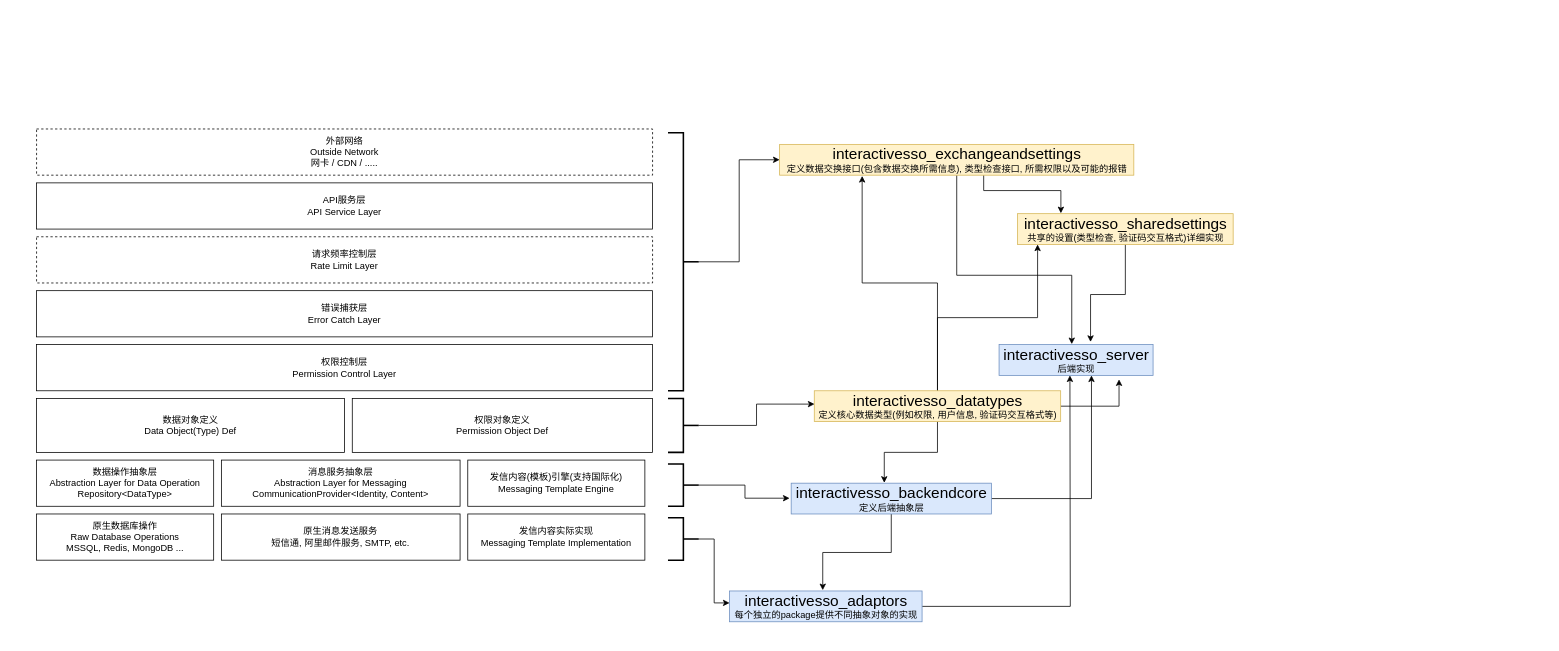
The draw.io diagram static/Source/System-Architecture.drawio in InteractivePlus/InteractiveSSO-DesignDoc, before the edit. Source tidied: cells renumbered, new cells numbered last; positions are measured from the earlier drawing's top-left corner, leaving out a move shared by most shapes. Both pictures are drawn from the tidied source at 77%, with x=0, y=0 at pixel (36, 129).
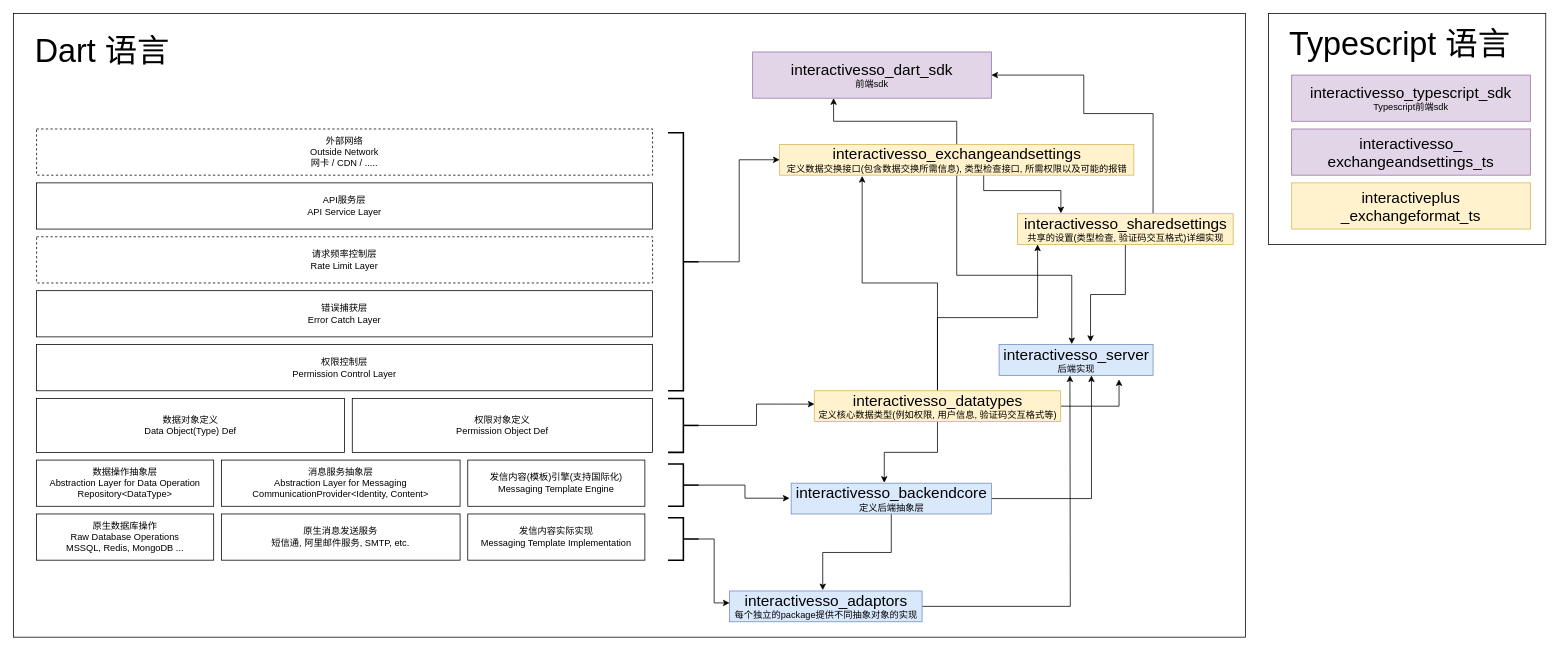
After the change.

Commit message (it also covers changes not shown here):
Add TS SDK in Architecture

Unchanged cells that the change refers to:
```xml
<mxCell id="18" value="&lt;div&gt;&lt;font style=&quot;font-size: 20px&quot;&gt;interactivesso_exchangeandsettings&lt;/font&gt;&lt;/div&gt;定义数据交换接口(包含数据交换所需信息), 类型检查接口, 所需权限以及可能的报错" style="text;html=1;align=center;verticalAlign=middle;points=[];fillColor=#fff2cc;strokeColor=#d6b656;rounded=0;" parent="1" vertex="1">
  <mxGeometry x="965" y="20" width="460" height="40" as="geometry" />
</mxCell>
<mxCell id="38" value="&lt;div&gt;&lt;font style=&quot;font-size: 20px&quot;&gt;interactivesso_sharedsettings&lt;/font&gt;&lt;/div&gt;共享的设置(类型检查, 验证码交互格式)详细实现" style="text;html=1;align=center;verticalAlign=middle;points=[];fillColor=#fff2cc;strokeColor=#d6b656;rounded=0;" parent="1" vertex="1">
  <mxGeometry x="1274" y="110" width="280" height="40" as="geometry" />
</mxCell>
```

The edit, as a diff of the source:
```diff
@@
+    <mxCell id="39" style="rounded=0;whiteSpace=wrap;html=1;fontSize=20;" parent="1" vertex="1">
+      <mxGeometry x="-30" y="-150" width="1600" height="810" as="geometry" />
+    </mxCell>
@@
+    <mxCell id="40" style="edgeStyle=orthogonalEdgeStyle;rounded=0;jettySize=auto;html=1;entryX=0.339;entryY=1;entryDx=0;entryDy=0;entryPerimeter=0;fontSize=20;" parent="1" edge="1" source="18" target="42">
+      <mxGeometry relative="1" as="geometry" />
+    </mxCell>
@@
+    <mxCell id="41" style="edgeStyle=orthogonalEdgeStyle;rounded=0;jettySize=auto;html=1;fontSize=20;entryX=1;entryY=0.5;entryDx=0;entryDy=0;" parent="1" edge="1" source="38" target="42">
+      <mxGeometry relative="1" as="geometry">
+        <Array as="points">
+          <mxPoint x="1450" y="-20" />
+          <mxPoint x="1360" y="-20" />
+          <mxPoint x="1360" y="-70" />
+        </Array>
+      </mxGeometry>
+    </mxCell>
@@
+    <mxCell id="42" value="&lt;p style=&quot;line-height: 1.2&quot;&gt;&lt;/p&gt;&lt;div&gt;&lt;font style=&quot;font-size: 20px&quot;&gt;interactivesso_dart_sdk&lt;/font&gt;&lt;/div&gt;&lt;div&gt;前端sdk&lt;br&gt;&lt;/div&gt;&lt;p&gt;&lt;/p&gt;" style="rounded=0;whiteSpace=wrap;html=1;fillColor=#e1d5e7;strokeColor=#9673a6;" parent="1" vertex="1">
+      <mxGeometry x="930" y="-100" width="310" height="60" as="geometry" />
+    </mxCell>
+    <mxCell id="43" value="&lt;font style=&quot;font-size: 42px&quot;&gt;Dart 语言&lt;br&gt;&lt;/font&gt;" style="text;html=1;align=center;verticalAlign=middle;fillColor=none;strokeColor=none;rounded=0;fontSize=20;" parent="1" vertex="1">
+      <mxGeometry x="-10" y="-120" width="190" height="40" as="geometry" />
+    </mxCell>
+    <mxCell id="44" style="rounded=0;whiteSpace=wrap;html=1;fontSize=42;" parent="1" vertex="1">
+      <mxGeometry x="1600" y="-150" width="360" height="300" as="geometry" />
+    </mxCell>
+    <mxCell id="45" value="&lt;font style=&quot;font-size: 42px&quot;&gt;Typescript 语言&lt;br&gt;&lt;/font&gt;" style="text;html=1;align=center;verticalAlign=middle;fillColor=none;strokeColor=none;rounded=0;fontSize=20;" parent="1" vertex="1">
+      <mxGeometry x="1620" y="-130" width="300" height="40" as="geometry" />
+    </mxCell>
+    <mxCell id="46" value="&lt;p style=&quot;line-height: 1.2&quot;&gt;&lt;/p&gt;&lt;div&gt;&lt;font style=&quot;font-size: 20px&quot;&gt;interactivesso_typescript_sdk&lt;/font&gt;&lt;/div&gt;&lt;div&gt;Typescript前端sdk&lt;br&gt;&lt;/div&gt;&lt;p&gt;&lt;/p&gt;" style="rounded=0;whiteSpace=wrap;html=1;fillColor=#e1d5e7;strokeColor=#9673a6;" parent="1" vertex="1">
+      <mxGeometry x="1630" y="-70" width="310" height="60" as="geometry" />
+    </mxCell>
+    <mxCell id="47" value="&lt;div&gt;interactiveplus&lt;/div&gt;&lt;div&gt;_exchangeformat_ts&lt;/div&gt;" style="rounded=0;whiteSpace=wrap;html=1;fillColor=#fff2cc;strokeColor=#d6b656;fontSize=20;" parent="1" vertex="1">
+      <mxGeometry x="1630" y="70" width="310" height="60" as="geometry" />
+    </mxCell>
+    <mxCell id="48" value="&lt;div&gt;interactivesso_&lt;/div&gt;&lt;div&gt;exchangeandsettings_ts&lt;/div&gt;" style="rounded=0;whiteSpace=wrap;html=1;fillColor=#e1d5e7;strokeColor=#9673a6;fontSize=20;" parent="1" vertex="1">
+      <mxGeometry x="1630" width="310" height="60" as="geometry" />
+    </mxCell>
```
